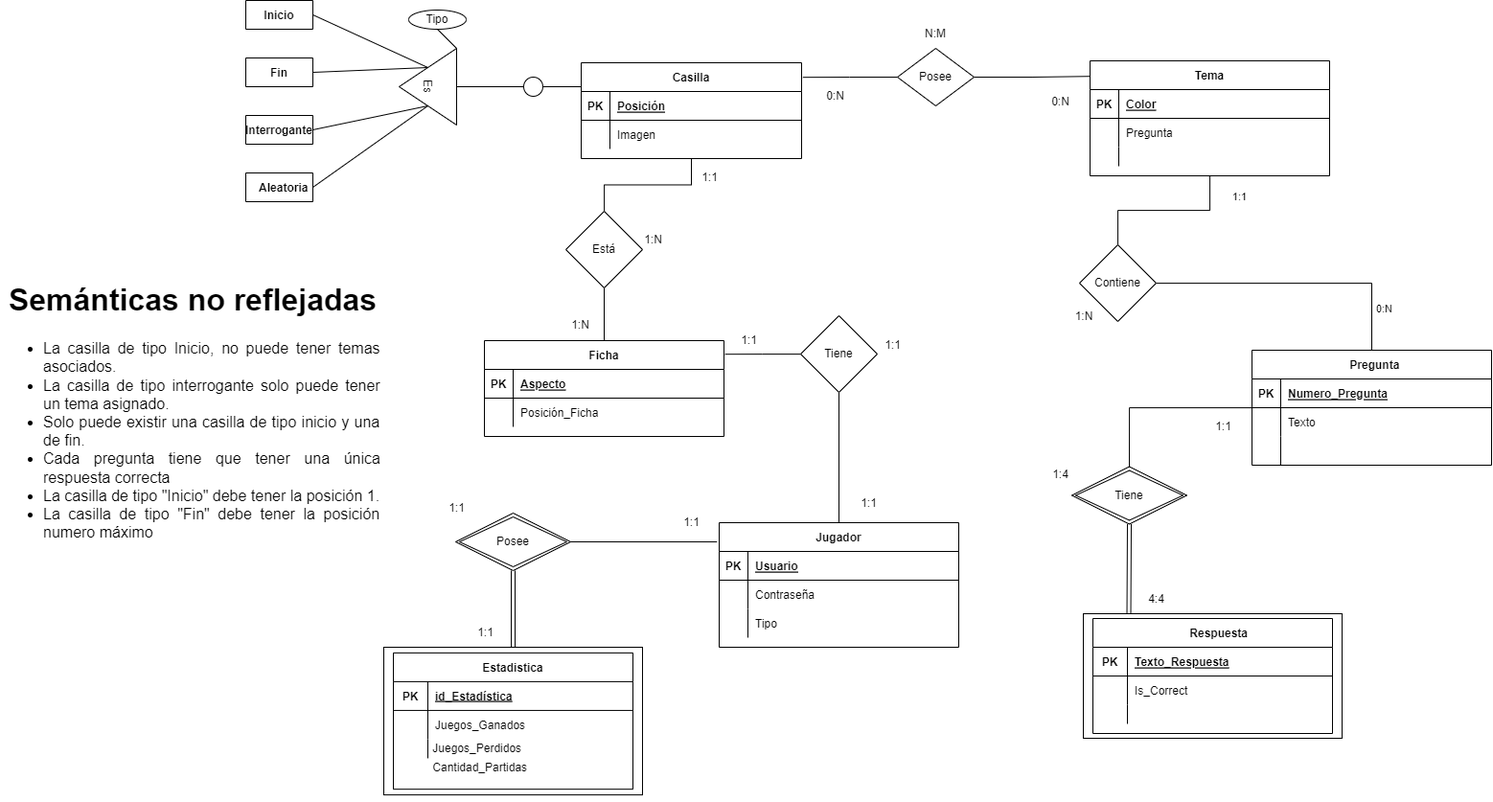
Above: docs/Modelo Entidad Relacion Final.drawio.png in IBohorquezP/Trivial (draw.io), before the change. Source tidied: cells renumbered, new cells last; positions are measured from the earlier drawing's top-left corner, leaving out a move shared by most shapes.
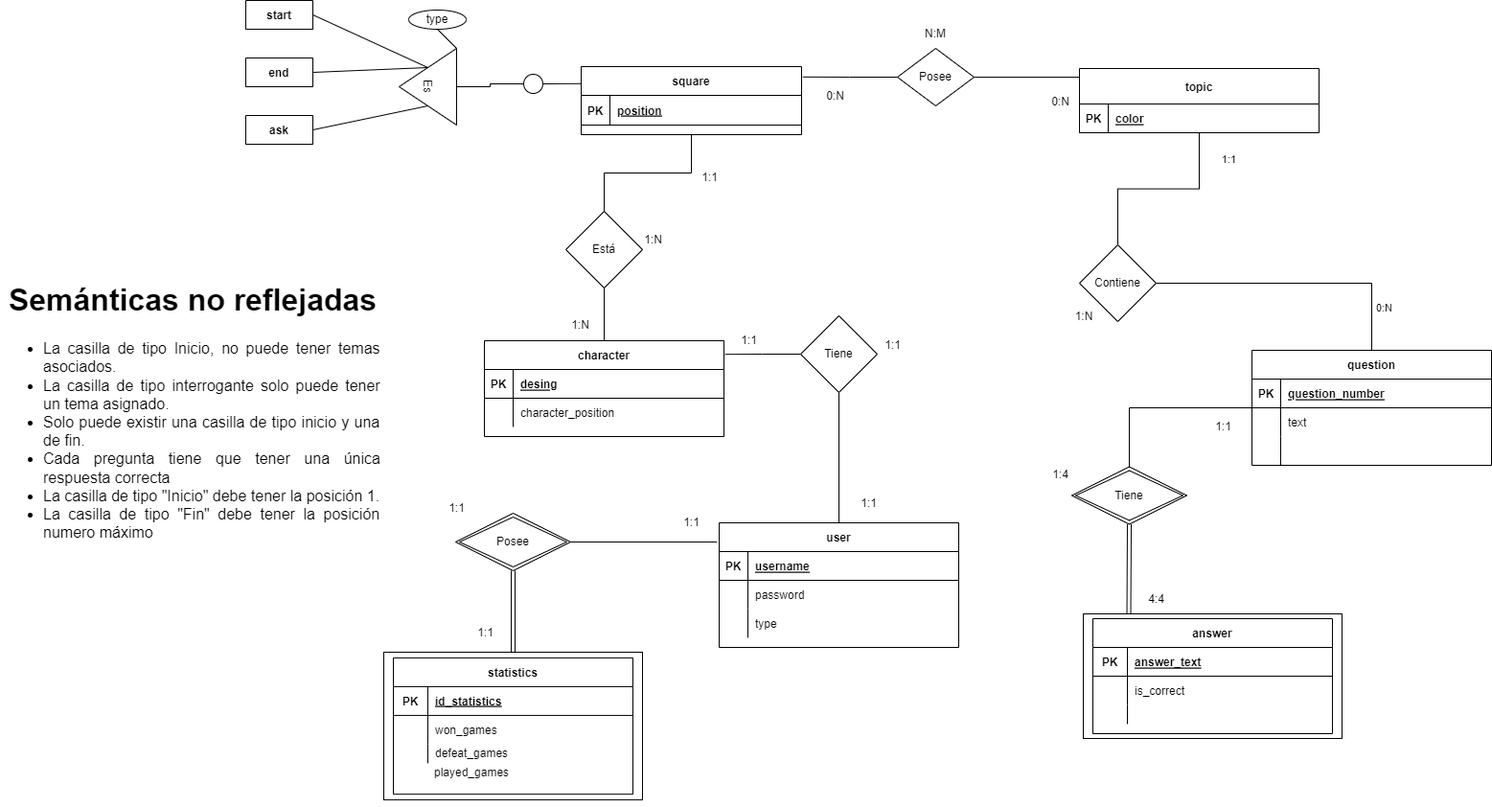
The same diagram one commit later.

Diff of the diagram source:
```diff
@@ -12,7 +12,7 @@
     </mxCell>
-    <mxCell id="4" value="Tema" style="shape=table;startSize=30;rowLines=0;fontStyle=1;align=center;" parent="1" vertex="1">
-      <mxGeometry x="1137" y="63" width="250" height="120" as="geometry" />
+    <mxCell id="4" value="topic" style="shape=table;startSize=37;rowLines=0;fontStyle=1;align=center;" parent="1" vertex="1">
+      <mxGeometry x="1126" y="71" width="250" height="67" as="geometry" />
     </mxCell>
     <mxCell id="5" style="shape=partialRectangle;fillColor=none;top=0;left=0;right=0;bottom=1;" parent="4" vertex="1">
-      <mxGeometry y="30" width="250" height="30" as="geometry" />
+      <mxGeometry y="37" width="250" height="30" as="geometry" />
     </mxCell>
@@ -21,23 +21,5 @@
     </mxCell>
-    <mxCell id="7" value="Color" style="shape=partialRectangle;overflow=hidden;fillColor=none;top=0;left=0;bottom=0;right=0;align=left;spacingLeft=6;fontStyle=5;" parent="5" vertex="1">
+    <mxCell id="7" value="color" style="shape=partialRectangle;overflow=hidden;fillColor=none;top=0;left=0;bottom=0;right=0;align=left;spacingLeft=6;fontStyle=5;" parent="5" vertex="1">
       <mxGeometry x="30" width="220" height="30" as="geometry" />
     </mxCell>
-    <mxCell id="8" style="shape=partialRectangle;fillColor=none;top=0;left=0;right=0;bottom=0;" parent="4" vertex="1">
-      <mxGeometry y="60" width="250" height="30" as="geometry" />
-    </mxCell>
-    <mxCell id="9" style="shape=partialRectangle;overflow=hidden;fillColor=none;top=0;left=0;bottom=0;right=0;" parent="8" vertex="1">
-      <mxGeometry width="30" height="30" as="geometry" />
-    </mxCell>
-    <mxCell id="10" value="Pregunta" style="shape=partialRectangle;overflow=hidden;fillColor=none;top=0;left=0;bottom=0;right=0;align=left;spacingLeft=6;" parent="8" vertex="1">
-      <mxGeometry x="30" width="220" height="30" as="geometry" />
-    </mxCell>
-    <mxCell id="11" style="shape=partialRectangle;fillColor=none;top=0;left=0;right=0;bottom=0;" parent="4" vertex="1">
-      <mxGeometry y="90" width="250" height="20" as="geometry" />
-    </mxCell>
-    <mxCell id="12" style="shape=partialRectangle;overflow=hidden;fillColor=none;top=0;left=0;bottom=0;right=0;" parent="11" vertex="1">
-      <mxGeometry width="30" height="20" as="geometry" />
-    </mxCell>
-    <mxCell id="13" style="shape=partialRectangle;overflow=hidden;fillColor=none;top=0;left=0;bottom=0;right=0;align=left;spacingLeft=6;" parent="11" vertex="1">
-      <mxGeometry x="30" width="220" height="20" as="geometry" />
-    </mxCell>
     <mxCell id="14" style="edgeStyle=orthogonalEdgeStyle;rounded=0;jettySize=auto;html=1;exitX=0;exitY=0.25;exitDx=0;exitDy=0;entryX=1;entryY=0.5;entryDx=0;entryDy=0;endArrow=none;endFill=0;" parent="1" edge="1" source="15" target="29">
@@ -45,23 +27,14 @@
     </mxCell>
-    <mxCell id="15" value="Casilla" style="shape=table;startSize=30;rowLines=0;fontStyle=1;align=center;" parent="1" vertex="1">
-      <mxGeometry x="606" y="65" width="230" height="100" as="geometry" />
+    <mxCell id="15" value="square" style="shape=table;startSize=30;rowLines=0;fontStyle=1;align=center;" parent="1" vertex="1">
+      <mxGeometry x="606" y="69" width="230" height="71" as="geometry" />
     </mxCell>
     <mxCell id="16" style="shape=partialRectangle;fillColor=none;top=0;left=0;right=0;bottom=1;" parent="15" vertex="1">
-      <mxGeometry y="30" width="230" height="30" as="geometry" />
+      <mxGeometry y="30" width="230" height="31" as="geometry" />
     </mxCell>
     <mxCell id="17" value="PK" style="shape=partialRectangle;overflow=hidden;fillColor=none;top=0;left=0;bottom=0;right=0;fontStyle=1;" parent="16" vertex="1">
-      <mxGeometry width="30" height="30" as="geometry" />
+      <mxGeometry width="30" height="31" as="geometry" />
     </mxCell>
-    <mxCell id="18" value="Posición" style="shape=partialRectangle;overflow=hidden;fillColor=none;top=0;left=0;bottom=0;right=0;align=left;spacingLeft=6;fontStyle=5;" parent="16" vertex="1">
-      <mxGeometry x="30" width="200" height="30" as="geometry" />
+    <mxCell id="18" value="position" style="shape=partialRectangle;overflow=hidden;fillColor=none;top=0;left=0;bottom=0;right=0;align=left;spacingLeft=6;fontStyle=5;" parent="16" vertex="1">
+      <mxGeometry x="30" width="200" height="31" as="geometry" />
     </mxCell>
-    <mxCell id="19" style="shape=partialRectangle;fillColor=none;top=0;left=0;right=0;bottom=0;" parent="15" vertex="1">
-      <mxGeometry y="60" width="230" height="30" as="geometry" />
-    </mxCell>
-    <mxCell id="20" style="shape=partialRectangle;overflow=hidden;fillColor=none;top=0;left=0;bottom=0;right=0;" parent="19" vertex="1">
-      <mxGeometry width="30" height="30" as="geometry" />
-    </mxCell>
-    <mxCell id="21" value="Imagen" style="shape=partialRectangle;overflow=hidden;fillColor=none;top=0;left=0;bottom=0;right=0;align=left;spacingLeft=6;" parent="19" vertex="1">
-      <mxGeometry x="30" width="200" height="30" as="geometry" />
-    </mxCell>
     <mxCell id="22" style="edgeStyle=orthogonalEdgeStyle;rounded=0;jettySize=auto;html=1;entryX=-0.001;entryY=0.135;entryDx=0;entryDy=0;entryPerimeter=0;endArrow=none;endFill=0;" parent="1" edge="1" source="24" target="4">
@@ -90,3 +63,3 @@
     <mxCell id="29" style="ellipse;whiteSpace=wrap;html=1;rounded=0;shadow=0;sketch=0;strokeWidth=1;fillColor=default;" parent="1" vertex="1">
-      <mxGeometry x="546" y="80" width="20" height="20" as="geometry" />
+      <mxGeometry x="546" y="77" width="20" height="20" as="geometry" />
     </mxCell>
@@ -98,3 +71,3 @@
     </mxCell>
-    <mxCell id="32" value="Ficha" style="shape=table;startSize=30;rowLines=0;fontStyle=1;align=center;" parent="1" vertex="1">
+    <mxCell id="32" value="character" style="shape=table;startSize=30;rowLines=0;fontStyle=1;align=center;" parent="1" vertex="1">
       <mxGeometry x="505" y="355" width="250" height="100" as="geometry" />
@@ -107,3 +80,3 @@
     </mxCell>
-    <mxCell id="35" value="Aspecto" style="shape=partialRectangle;overflow=hidden;fillColor=none;top=0;left=0;bottom=0;right=0;align=left;spacingLeft=6;fontStyle=5;" parent="33" vertex="1">
+    <mxCell id="35" value="desing" style="shape=partialRectangle;overflow=hidden;fillColor=none;top=0;left=0;bottom=0;right=0;align=left;spacingLeft=6;fontStyle=5;" parent="33" vertex="1">
       <mxGeometry x="30" width="220" height="30" as="geometry" />
@@ -116,3 +89,3 @@
     </mxCell>
-    <mxCell id="38" value="Posición_Ficha" style="shape=partialRectangle;overflow=hidden;fillColor=none;top=0;left=0;bottom=0;right=0;align=left;spacingLeft=6;" parent="36" vertex="1">
+    <mxCell id="38" value="character_position" style="shape=partialRectangle;overflow=hidden;fillColor=none;top=0;left=0;bottom=0;right=0;align=left;spacingLeft=6;" parent="36" vertex="1">
       <mxGeometry x="30" width="220" height="30" as="geometry" />
@@ -122,3 +95,3 @@
     </mxCell>
-    <mxCell id="40" value="Jugador" style="shape=table;startSize=30;rowLines=0;fontStyle=1;align=center;" parent="1" vertex="1">
+    <mxCell id="40" value="user" style="shape=table;startSize=30;rowLines=0;fontStyle=1;align=center;" parent="1" vertex="1">
       <mxGeometry x="750" y="545" width="250" height="130" as="geometry" />
@@ -131,3 +104,3 @@
     </mxCell>
-    <mxCell id="43" value="Usuario" style="shape=partialRectangle;overflow=hidden;fillColor=none;top=0;left=0;bottom=0;right=0;align=left;spacingLeft=6;fontStyle=5;" parent="41" vertex="1">
+    <mxCell id="43" value="username" style="shape=partialRectangle;overflow=hidden;fillColor=none;top=0;left=0;bottom=0;right=0;align=left;spacingLeft=6;fontStyle=5;" parent="41" vertex="1">
       <mxGeometry x="30" width="220" height="30" as="geometry" />
@@ -140,3 +113,3 @@
     </mxCell>
-    <mxCell id="46" value="Contraseña" style="shape=partialRectangle;overflow=hidden;fillColor=none;top=0;left=0;bottom=0;right=0;align=left;spacingLeft=6;" parent="44" vertex="1">
+    <mxCell id="46" value="password" style="shape=partialRectangle;overflow=hidden;fillColor=none;top=0;left=0;bottom=0;right=0;align=left;spacingLeft=6;" parent="44" vertex="1">
       <mxGeometry x="30" width="220" height="30" as="geometry" />
@@ -149,3 +122,3 @@
     </mxCell>
-    <mxCell id="49" value="Tipo" style="shape=partialRectangle;overflow=hidden;fillColor=none;top=0;left=0;bottom=0;right=0;align=left;spacingLeft=6;" parent="47" vertex="1">
+    <mxCell id="49" value="type" style="shape=partialRectangle;overflow=hidden;fillColor=none;top=0;left=0;bottom=0;right=0;align=left;spacingLeft=6;" parent="47" vertex="1">
       <mxGeometry x="30" width="220" height="30" as="geometry" />
@@ -155,3 +128,3 @@
     </mxCell>
-    <mxCell id="51" value="  Pregunta" style="shape=table;startSize=30;rowLines=0;fontStyle=1;align=center;" parent="1" vertex="1">
+    <mxCell id="51" value="question" style="shape=table;startSize=30;rowLines=0;fontStyle=1;align=center;" parent="1" vertex="1">
       <mxGeometry x="1306" y="365" width="250" height="120" as="geometry" />
@@ -164,3 +137,3 @@
     </mxCell>
-    <mxCell id="54" value="Numero_Pregunta" style="shape=partialRectangle;overflow=hidden;fillColor=none;top=0;left=0;bottom=0;right=0;align=left;spacingLeft=6;fontStyle=5;" parent="52" vertex="1">
+    <mxCell id="54" value="question_number" style="shape=partialRectangle;overflow=hidden;fillColor=none;top=0;left=0;bottom=0;right=0;align=left;spacingLeft=6;fontStyle=5;" parent="52" vertex="1">
       <mxGeometry x="30" width="220" height="30" as="geometry" />
@@ -173,3 +146,3 @@
     </mxCell>
-    <mxCell id="57" value="Texto" style="shape=partialRectangle;overflow=hidden;fillColor=none;top=0;left=0;bottom=0;right=0;align=left;spacingLeft=6;" parent="55" vertex="1">
+    <mxCell id="57" value="text" style="shape=partialRectangle;overflow=hidden;fillColor=none;top=0;left=0;bottom=0;right=0;align=left;spacingLeft=6;" parent="55" vertex="1">
       <mxGeometry x="30" width="220" height="30" as="geometry" />
@@ -191,3 +164,3 @@
     </mxCell>
-    <mxCell id="63" value="    Respuesta" style="shape=table;startSize=30;rowLines=0;fontStyle=1;align=center;" parent="61" vertex="1">
+    <mxCell id="63" value="answer" style="shape=table;startSize=30;rowLines=0;fontStyle=1;align=center;" parent="61" vertex="1">
       <mxGeometry x="10" y="5" width="250" height="120" as="geometry" />
@@ -200,3 +173,3 @@
     </mxCell>
-    <mxCell id="66" value="Texto_Respuesta" style="shape=partialRectangle;overflow=hidden;fillColor=none;top=0;left=0;bottom=0;right=0;align=left;spacingLeft=6;fontStyle=5;" parent="64" vertex="1">
+    <mxCell id="66" value="answer_text" style="shape=partialRectangle;overflow=hidden;fillColor=none;top=0;left=0;bottom=0;right=0;align=left;spacingLeft=6;fontStyle=5;" parent="64" vertex="1">
       <mxGeometry x="36" width="214" height="30" as="geometry" />
@@ -209,3 +182,3 @@
     </mxCell>
-    <mxCell id="69" value="Is_Correct" style="shape=partialRectangle;overflow=hidden;fillColor=none;top=0;left=0;bottom=0;right=0;align=left;spacingLeft=6;" parent="67" vertex="1">
+    <mxCell id="69" value="is_correct" style="shape=partialRectangle;overflow=hidden;fillColor=none;top=0;left=0;bottom=0;right=0;align=left;spacingLeft=6;" parent="67" vertex="1">
       <mxGeometry x="36" width="214" height="30" as="geometry" />
@@ -254,29 +227,23 @@
     </mxCell>
-    <mxCell id="84" style="group;" parent="83" vertex="1">
-      <mxGeometry width="295" height="210" as="geometry" />
-    </mxCell>
+    <mxCell id="95" style="endArrow=none;html=1;rounded=0;fontFamily=Helvetica;fontSize=12;fontColor=default;startSize=30;entryX=0.5;entryY=1;entryDx=0;entryDy=0;" parent="83" edge="1" target="94">
+      <mxGeometry relative="1" as="geometry">
+        <mxPoint x="265" y="50" as="sourcePoint" />
+      </mxGeometry>
+    </mxCell>
-    <mxCell id="85" value="Es" style="triangle;whiteSpace=wrap;html=1;rounded=0;shadow=0;sketch=0;strokeWidth=1;fillColor=default;rotation=-180;horizontal=0;verticalAlign=middle;textDirection=ltr;" parent="84" vertex="1">
+    <mxCell id="85" value="Es" style="triangle;whiteSpace=wrap;html=1;rounded=0;shadow=0;sketch=0;strokeWidth=1;fillColor=default;rotation=-180;horizontal=0;verticalAlign=middle;textDirection=ltr;" parent="83" vertex="1">
       <mxGeometry x="205" y="50" width="60" height="80" as="geometry" />
     </mxCell>
-    <mxCell id="86" value="Inicio" style="shape=table;startSize=30;rowLines=0;fontStyle=1;align=center;" parent="84" vertex="1" collapsed="1">
+    <mxCell id="86" value="start" style="shape=table;startSize=30;rowLines=0;fontStyle=1;align=center;" parent="83" vertex="1" collapsed="1">
       <mxGeometry x="45" width="70" height="30" as="geometry" />
     </mxCell>
-    <mxCell id="87" value="Fin" style="shape=table;startSize=30;rowLines=0;fontStyle=1;align=center;" parent="84" vertex="1" collapsed="1">
+    <mxCell id="87" value="end" style="shape=table;startSize=30;rowLines=0;fontStyle=1;align=center;" parent="83" vertex="1" collapsed="1">
       <mxGeometry x="45" y="60" width="70" height="30" as="geometry" />
     </mxCell>
-    <mxCell id="88" value="Interrogante" style="shape=table;startSize=30;rowLines=0;fontStyle=1;align=center;" parent="84" vertex="1" collapsed="1">
+    <mxCell id="88" value="ask" style="shape=table;startSize=30;rowLines=0;fontStyle=1;align=center;" parent="83" vertex="1" collapsed="1">
       <mxGeometry x="45" y="120" width="70" height="30" as="geometry" />
     </mxCell>
-    <mxCell id="89" value="   Aleatoria" style="shape=table;startSize=30;rowLines=0;fontStyle=1;align=center;" parent="84" vertex="1" collapsed="1">
-      <mxGeometry x="45" y="180" width="70" height="30" as="geometry" />
-    </mxCell>
-    <mxCell id="90" style="endArrow=none;html=1;rounded=0;exitX=1;exitY=0.5;exitDx=0;exitDy=0;" parent="84" edge="1" source="89">
-      <mxGeometry relative="1" as="geometry">
-        <mxPoint x="235" y="110" as="targetPoint" />
-      </mxGeometry>
-    </mxCell>
-    <mxCell id="91" style="endArrow=none;html=1;rounded=0;exitX=1;exitY=0.5;exitDx=0;exitDy=0;entryX=0.5;entryY=0;entryDx=0;entryDy=0;" parent="84" edge="1" source="88" target="85">
+    <mxCell id="91" style="endArrow=none;html=1;rounded=0;exitX=1;exitY=0.5;exitDx=0;exitDy=0;entryX=0.5;entryY=0;entryDx=0;entryDy=0;" parent="83" edge="1" source="88" target="85">
       <mxGeometry relative="1" as="geometry" />
     </mxCell>
-    <mxCell id="92" style="endArrow=none;html=1;rounded=0;exitX=1;exitY=0.5;exitDx=0;exitDy=0;" parent="84" edge="1" source="86">
+    <mxCell id="92" style="endArrow=none;html=1;rounded=0;exitX=1;exitY=0.5;exitDx=0;exitDy=0;" parent="83" edge="1" source="86">
       <mxGeometry relative="1" as="geometry">
@@ -285,3 +252,3 @@
     </mxCell>
-    <mxCell id="93" style="endArrow=none;html=1;rounded=0;exitX=1;exitY=0.5;exitDx=0;exitDy=0;" parent="84" edge="1" source="87">
+    <mxCell id="93" style="endArrow=none;html=1;rounded=0;exitX=1;exitY=0.5;exitDx=0;exitDy=0;" parent="83" edge="1" source="87">
       <mxGeometry relative="1" as="geometry">
@@ -290,10 +257,5 @@
     </mxCell>
-    <mxCell id="94" value="Tipo" style="ellipse;whiteSpace=wrap;html=1;rounded=0;shadow=0;sketch=0;strokeWidth=1;" parent="84" vertex="1">
+    <mxCell id="94" value="type" style="ellipse;whiteSpace=wrap;html=1;rounded=0;shadow=0;sketch=0;strokeWidth=1;" parent="83" vertex="1">
       <mxGeometry x="215" y="10" width="60" height="20" as="geometry" />
     </mxCell>
-    <mxCell id="95" style="endArrow=none;html=1;rounded=0;fontFamily=Helvetica;fontSize=12;fontColor=default;startSize=30;entryX=0.5;entryY=1;entryDx=0;entryDy=0;" parent="83" edge="1" target="94">
-      <mxGeometry relative="1" as="geometry">
-        <mxPoint x="265" y="50" as="sourcePoint" />
-      </mxGeometry>
-    </mxCell>
     <mxCell id="96" value="0:N" style="text;html=1;align=center;verticalAlign=middle;strokeColor=none;fillColor=none;fontSize=12;fontFamily=Helvetica;fontColor=default;" parent="1" vertex="1">
@@ -320,3 +282,3 @@
     <mxCell id="103" style="group;" parent="1" vertex="1">
-      <mxGeometry x="400" y="675" width="270" height="160" as="geometry" />
+      <mxGeometry x="400" y="680" width="270" height="160" as="geometry" />
     </mxCell>
@@ -325,3 +287,3 @@
     </mxCell>
-    <mxCell id="105" value="Estadistica" style="shape=table;startSize=30;rowLines=0;fontStyle=1;align=center;" parent="103" vertex="1">
+    <mxCell id="105" value="statistics" style="shape=table;startSize=30;rowLines=0;fontStyle=1;align=center;" parent="103" vertex="1">
       <mxGeometry x="10" y="5.9" width="250" height="142.2" as="geometry" />
@@ -334,3 +296,3 @@
     </mxCell>
-    <mxCell id="108" value="id_Estadística" style="shape=partialRectangle;overflow=hidden;fillColor=none;top=0;left=0;bottom=0;right=0;align=left;spacingLeft=6;fontStyle=5;" parent="106" vertex="1">
+    <mxCell id="108" value="id_statistics" style="shape=partialRectangle;overflow=hidden;fillColor=none;top=0;left=0;bottom=0;right=0;align=left;spacingLeft=6;fontStyle=5;" parent="106" vertex="1">
       <mxGeometry x="36" width="214" height="30" as="geometry" />
@@ -343,3 +305,3 @@
     </mxCell>
-    <mxCell id="111" value="Juegos_Ganados" style="shape=partialRectangle;overflow=hidden;fillColor=none;top=0;left=0;bottom=0;right=0;align=left;spacingLeft=6;" parent="109" vertex="1">
+    <mxCell id="111" value="won_games" style="shape=partialRectangle;overflow=hidden;fillColor=none;top=0;left=0;bottom=0;right=0;align=left;spacingLeft=6;" parent="109" vertex="1">
       <mxGeometry x="36" width="214" height="30" as="geometry" />
@@ -355,7 +317,7 @@
     </mxCell>
-    <mxCell id="115" value=" Juegos_Perdidos" style="shape=partialRectangle;overflow=hidden;fillColor=none;top=0;left=0;bottom=0;right=0;align=left;spacingLeft=6;" parent="103" vertex="1">
-      <mxGeometry x="40" y="90" width="220" height="30" as="geometry" />
+    <mxCell id="115" value="defeat_games" style="shape=partialRectangle;overflow=hidden;fillColor=none;top=0;left=0;bottom=0;right=0;align=left;spacingLeft=6;" parent="103" vertex="1">
+      <mxGeometry x="46" y="90" width="220" height="30" as="geometry" />
     </mxCell>
-    <mxCell id="116" value=" Cantidad_Partidas" style="shape=partialRectangle;overflow=hidden;fillColor=none;top=0;left=0;bottom=0;right=0;align=left;spacingLeft=6;" parent="103" vertex="1">
-      <mxGeometry x="40" y="110" width="220" height="30" as="geometry" />
+    <mxCell id="116" value="played_games" style="shape=partialRectangle;overflow=hidden;fillColor=none;top=0;left=0;bottom=0;right=0;align=left;spacingLeft=6;" parent="103" vertex="1">
+      <mxGeometry x="45" y="110" width="220" height="30" as="geometry" />
     </mxCell>
```
